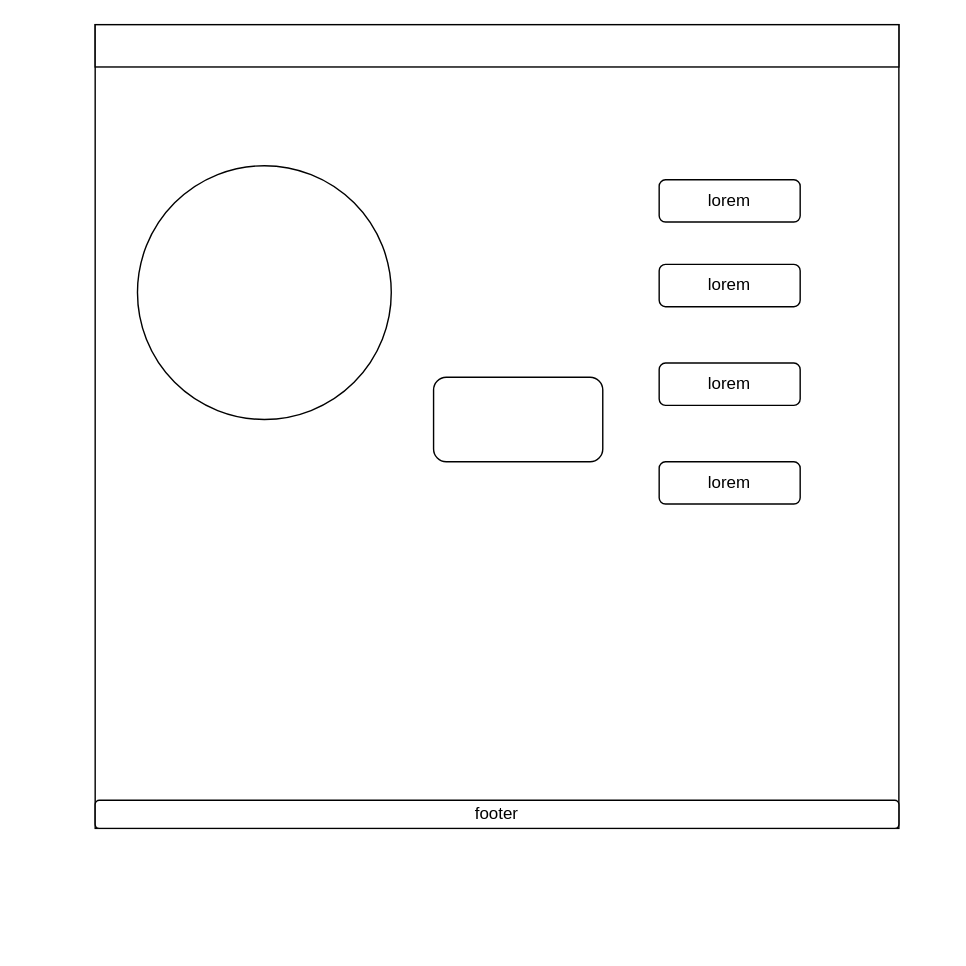
The draw.io diagram documentatie/wireframe cookie clicker.drawio in NathanCj265/Cookie-2, before the edit. Source tidied: cells renumbered, new cells numbered last; positions are measured from the earlier drawing's top-left corner, leaving out a move shared by most shapes. Both pictures are drawn from the tidied source at 141%, with x=0, y=0 at pixel (94, 24).
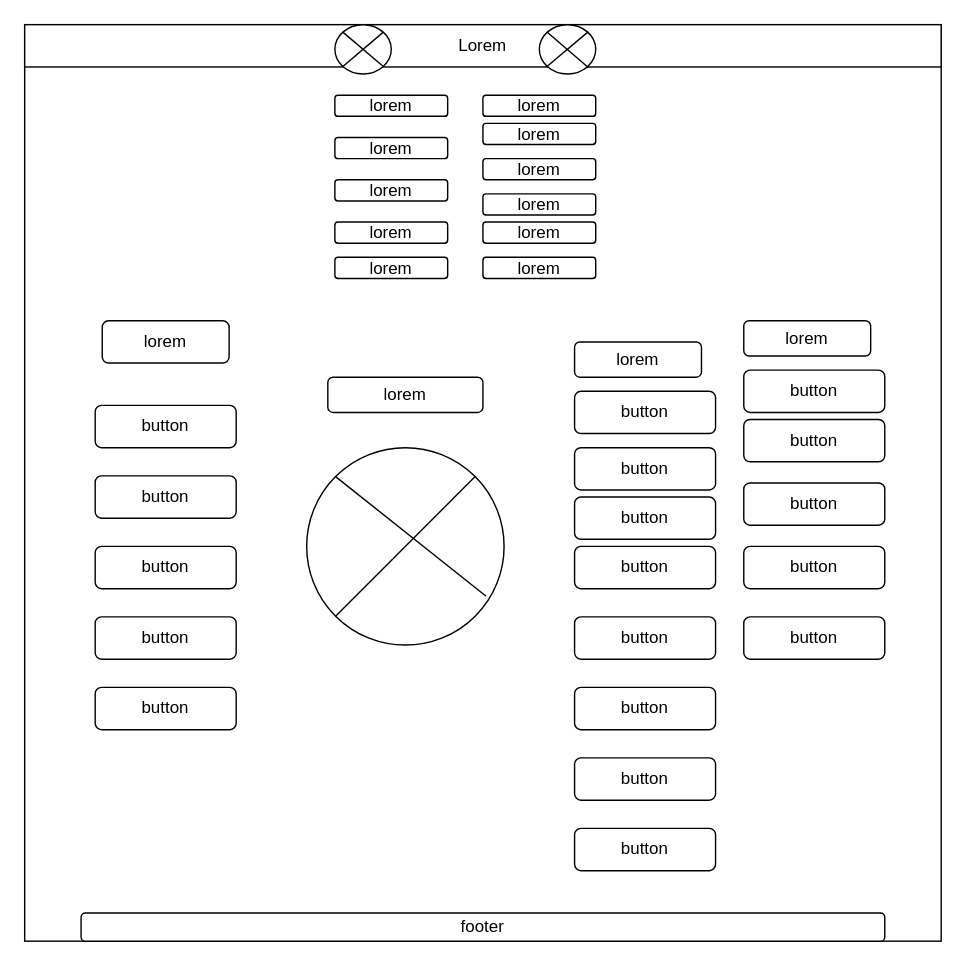
Above is the later version.

The edit, as a diff of the source:
```diff
@@
     <mxCell id="2" style="whiteSpace=wrap;html=1;" parent="1" vertex="1">
-      <mxGeometry width="570" height="570" as="geometry" />
+      <mxGeometry x="-50" width="650" height="650" as="geometry" />
     </mxCell>
     <mxCell id="3" style="ellipse;whiteSpace=wrap;html=1;" parent="1" vertex="1">
-      <mxGeometry x="30" y="100" width="180" height="180" as="geometry" />
+      <mxGeometry x="150" y="300" width="140" height="140" as="geometry" />
     </mxCell>
     <mxCell id="4" value="footer" style="rounded=1;whiteSpace=wrap;html=1;" parent="1" vertex="1">
-      <mxGeometry y="550" width="570" height="20" as="geometry" />
+      <mxGeometry x="-10" y="630" width="570" height="20" as="geometry" />
     </mxCell>
-    <mxCell id="5" value="lorem" style="rounded=1;whiteSpace=wrap;html=1;" parent="1" vertex="1">
-      <mxGeometry x="400" y="310" width="100" height="30" as="geometry" />
+    <mxCell id="5" value="button" style="rounded=1;whiteSpace=wrap;html=1;" parent="1" vertex="1">
+      <mxGeometry x="340" y="335" width="100" height="30" as="geometry" />
     </mxCell>
-    <mxCell id="6" value="lorem" style="rounded=1;whiteSpace=wrap;html=1;" parent="1" vertex="1">
-      <mxGeometry x="400" y="240" width="100" height="30" as="geometry" />
-    </mxCell>
-    <mxCell id="7" value="lorem" style="rounded=1;whiteSpace=wrap;html=1;" parent="1" vertex="1">
-      <mxGeometry x="400" y="170" width="100" height="30" as="geometry" />
-    </mxCell>
-    <mxCell id="8" value="lorem" style="rounded=1;whiteSpace=wrap;html=1;" parent="1" vertex="1">
-      <mxGeometry x="400" y="110" width="100" height="30" as="geometry" />
-    </mxCell>
-    <mxCell id="9" style="rounded=1;whiteSpace=wrap;html=1;" parent="1" vertex="1">
-      <mxGeometry x="240" y="250" width="120" height="60" as="geometry" />
-    </mxCell>
-    <mxCell id="10" style="rounded=0;whiteSpace=wrap;html=1;" parent="1" vertex="1">
-      <mxGeometry width="570" height="30" as="geometry" />
+    <mxCell id="10" value="Lorem" style="rounded=0;whiteSpace=wrap;html=1;" parent="1" vertex="1">
+      <mxGeometry x="-50" width="650" height="30" as="geometry" />
     </mxCell>
+    <mxCell id="11" value="button" style="rounded=1;whiteSpace=wrap;html=1;" parent="1" vertex="1">
+      <mxGeometry x="340" y="300" width="100" height="30" as="geometry" />
+    </mxCell>
+    <mxCell id="12" value="button" style="rounded=1;whiteSpace=wrap;html=1;" parent="1" vertex="1">
+      <mxGeometry x="340" y="370" width="100" height="30" as="geometry" />
+    </mxCell>
+    <mxCell id="13" value="button" style="rounded=1;whiteSpace=wrap;html=1;" parent="1" vertex="1">
+      <mxGeometry x="340" y="420" width="100" height="30" as="geometry" />
+    </mxCell>
+    <mxCell id="14" value="button" style="rounded=1;whiteSpace=wrap;html=1;" parent="1" vertex="1">
+      <mxGeometry x="340" y="520" width="100" height="30" as="geometry" />
+    </mxCell>
+    <mxCell id="15" value="button" style="rounded=1;whiteSpace=wrap;html=1;" parent="1" vertex="1">
+      <mxGeometry x="340" y="570" width="100" height="30" as="geometry" />
+    </mxCell>
+    <mxCell id="16" value="button" style="rounded=1;whiteSpace=wrap;html=1;" parent="1" vertex="1">
+      <mxGeometry x="340" y="470" width="100" height="30" as="geometry" />
+    </mxCell>
+    <mxCell id="17" value="button" style="rounded=1;whiteSpace=wrap;html=1;" parent="1" vertex="1">
+      <mxGeometry x="340" y="260" width="100" height="30" as="geometry" />
+    </mxCell>
+    <mxCell id="18" value="lorem" style="rounded=1;whiteSpace=wrap;html=1;" parent="1" vertex="1">
+      <mxGeometry x="340" y="225" width="90" height="25" as="geometry" />
+    </mxCell>
+    <mxCell id="19" style="edgeStyle=orthogonalEdgeStyle;rounded=0;orthogonalLoop=1;jettySize=auto;html=1;exitX=0.5;exitY=1;exitDx=0;exitDy=0;" parent="1" edge="1" source="5" target="5">
+      <mxGeometry relative="1" as="geometry" />
+    </mxCell>
+    <mxCell id="20" value="button" style="rounded=1;whiteSpace=wrap;html=1;" parent="1" vertex="1">
+      <mxGeometry x="460" y="245" width="100" height="30" as="geometry" />
+    </mxCell>
+    <mxCell id="21" value="button" style="rounded=1;whiteSpace=wrap;html=1;" parent="1" vertex="1">
+      <mxGeometry x="460" y="280" width="100" height="30" as="geometry" />
+    </mxCell>
+    <mxCell id="22" value="button" style="rounded=1;whiteSpace=wrap;html=1;" parent="1" vertex="1">
+      <mxGeometry x="460" y="325" width="100" height="30" as="geometry" />
+    </mxCell>
+    <mxCell id="23" value="button" style="rounded=1;whiteSpace=wrap;html=1;" parent="1" vertex="1">
+      <mxGeometry x="460" y="370" width="100" height="30" as="geometry" />
+    </mxCell>
+    <mxCell id="24" value="button" style="rounded=1;whiteSpace=wrap;html=1;" parent="1" vertex="1">
+      <mxGeometry x="460" y="420" width="100" height="30" as="geometry" />
+    </mxCell>
+    <mxCell id="25" value="lorem" style="rounded=1;whiteSpace=wrap;html=1;" parent="1" vertex="1">
+      <mxGeometry x="460" y="210" width="90" height="25" as="geometry" />
+    </mxCell>
+    <mxCell id="26" value="button" style="rounded=1;whiteSpace=wrap;html=1;" parent="1" vertex="1">
+      <mxGeometry y="270" width="100" height="30" as="geometry" />
+    </mxCell>
+    <mxCell id="27" value="button" style="rounded=1;whiteSpace=wrap;html=1;" parent="1" vertex="1">
+      <mxGeometry y="320" width="100" height="30" as="geometry" />
+    </mxCell>
+    <mxCell id="28" value="button" style="rounded=1;whiteSpace=wrap;html=1;" parent="1" vertex="1">
+      <mxGeometry y="370" width="100" height="30" as="geometry" />
+    </mxCell>
+    <mxCell id="29" value="button" style="rounded=1;whiteSpace=wrap;html=1;" parent="1" vertex="1">
+      <mxGeometry y="420" width="100" height="30" as="geometry" />
+    </mxCell>
+    <mxCell id="30" value="button" style="rounded=1;whiteSpace=wrap;html=1;" parent="1" vertex="1">
+      <mxGeometry y="470" width="100" height="30" as="geometry" />
+    </mxCell>
+    <mxCell id="31" value="lorem" style="rounded=1;whiteSpace=wrap;html=1;" parent="1" vertex="1">
+      <mxGeometry x="5" y="210" width="90" height="30" as="geometry" />
+    </mxCell>
+    <mxCell id="32" style="endArrow=none;html=1;rounded=0;exitX=0;exitY=1;exitDx=0;exitDy=0;entryX=1;entryY=0;entryDx=0;entryDy=0;" parent="1" edge="1" source="3" target="3">
+      <mxGeometry relative="1" as="geometry" />
+    </mxCell>
+    <mxCell id="33" style="endArrow=none;html=1;rounded=0;exitX=0;exitY=0;exitDx=0;exitDy=0;entryX=0.909;entryY=0.753;entryDx=0;entryDy=0;entryPerimeter=0;" parent="1" edge="1" source="3" target="3">
+      <mxGeometry relative="1" as="geometry" />
+    </mxCell>
+    <mxCell id="34" value="lorem" style="rounded=1;whiteSpace=wrap;html=1;" parent="1" vertex="1">
+      <mxGeometry x="165" y="250" width="110" height="25" as="geometry" />
+    </mxCell>
+    <mxCell id="35" value="lorem" style="rounded=1;whiteSpace=wrap;html=1;" parent="1" vertex="1">
+      <mxGeometry x="170" y="80" width="80" height="15" as="geometry" />
+    </mxCell>
+    <mxCell id="36" value="lorem" style="rounded=1;whiteSpace=wrap;html=1;" parent="1" vertex="1">
+      <mxGeometry x="170" y="110" width="80" height="15" as="geometry" />
+    </mxCell>
+    <mxCell id="37" value="lorem" style="rounded=1;whiteSpace=wrap;html=1;" parent="1" vertex="1">
+      <mxGeometry x="170" y="165" width="80" height="15" as="geometry" />
+    </mxCell>
+    <mxCell id="38" value="lorem" style="rounded=1;whiteSpace=wrap;html=1;" parent="1" vertex="1">
+      <mxGeometry x="170" y="140" width="80" height="15" as="geometry" />
+    </mxCell>
+    <mxCell id="39" value="lorem" style="rounded=1;whiteSpace=wrap;html=1;" parent="1" vertex="1">
+      <mxGeometry x="170" y="50" width="80" height="15" as="geometry" />
+    </mxCell>
+    <mxCell id="40" value="lorem" style="rounded=1;whiteSpace=wrap;html=1;" parent="1" vertex="1">
+      <mxGeometry x="275" y="120" width="80" height="15" as="geometry" />
+    </mxCell>
+    <mxCell id="41" value="lorem" style="rounded=1;whiteSpace=wrap;html=1;" parent="1" vertex="1">
+      <mxGeometry x="275" y="140" width="80" height="15" as="geometry" />
+    </mxCell>
+    <mxCell id="42" value="lorem" style="rounded=1;whiteSpace=wrap;html=1;" parent="1" vertex="1">
+      <mxGeometry x="275" y="165" width="80" height="15" as="geometry" />
+    </mxCell>
+    <mxCell id="43" style="edgeStyle=orthogonalEdgeStyle;rounded=0;orthogonalLoop=1;jettySize=auto;html=1;exitX=0.5;exitY=1;exitDx=0;exitDy=0;" parent="1" edge="1" source="5" target="5">
+      <mxGeometry relative="1" as="geometry" />
+    </mxCell>
+    <mxCell id="44" value="lorem" style="rounded=1;whiteSpace=wrap;html=1;" parent="1" vertex="1">
+      <mxGeometry x="275" y="50" width="80" height="15" as="geometry" />
+    </mxCell>
+    <mxCell id="45" value="lorem" style="rounded=1;whiteSpace=wrap;html=1;" parent="1" vertex="1">
+      <mxGeometry x="275" y="95" width="80" height="15" as="geometry" />
+    </mxCell>
+    <mxCell id="46" value="lorem" style="rounded=1;whiteSpace=wrap;html=1;" parent="1" vertex="1">
+      <mxGeometry x="275" y="70" width="80" height="15" as="geometry" />
+    </mxCell>
+    <mxCell id="47" style="ellipse;whiteSpace=wrap;html=1;" parent="1" vertex="1">
+      <mxGeometry x="170" width="40" height="35" as="geometry" />
+    </mxCell>
+    <mxCell id="48" style="ellipse;whiteSpace=wrap;html=1;" parent="1" vertex="1">
+      <mxGeometry x="315" width="40" height="35" as="geometry" />
+    </mxCell>
+    <mxCell id="49" style="endArrow=none;html=1;rounded=0;entryX=1;entryY=0;entryDx=0;entryDy=0;" parent="1" edge="1" target="48">
+      <mxGeometry relative="1" as="geometry">
+        <mxPoint x="320" y="30" as="sourcePoint" />
+      </mxGeometry>
+    </mxCell>
+    <mxCell id="50" style="endArrow=none;html=1;rounded=0;entryX=0;entryY=0;entryDx=0;entryDy=0;exitX=0.615;exitY=1.013;exitDx=0;exitDy=0;exitPerimeter=0;" parent="1" edge="1" source="10" target="48">
+      <mxGeometry relative="1" as="geometry" />
+    </mxCell>
+    <mxCell id="51" style="endArrow=none;html=1;rounded=0;entryX=0;entryY=0;entryDx=0;entryDy=0;exitX=1;exitY=1;exitDx=0;exitDy=0;" parent="1" edge="1" source="47" target="47">
+      <mxGeometry relative="1" as="geometry" />
+    </mxCell>
+    <mxCell id="52" style="endArrow=none;html=1;rounded=0;entryX=1;entryY=0;entryDx=0;entryDy=0;exitX=0;exitY=1;exitDx=0;exitDy=0;" parent="1" edge="1" source="47" target="47">
+      <mxGeometry relative="1" as="geometry" />
+    </mxCell>
```
